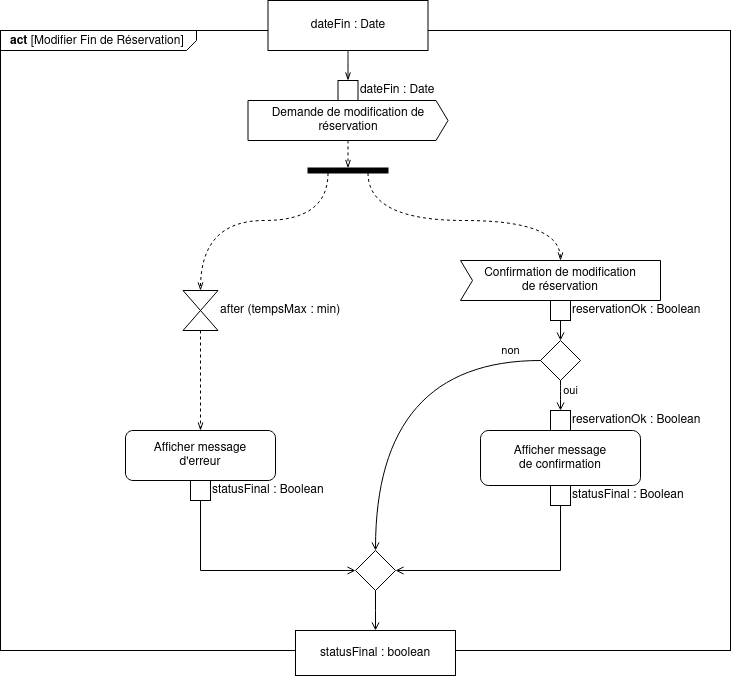
Earlier version of the draw.io export diagrammes/act_ModifierFinReservation.png (Dalker/ISI-mobility). Source tidied: cells renumbered, new cells last; positions are measured from the earlier drawing's top-left corner, leaving out a move shared by most shapes.
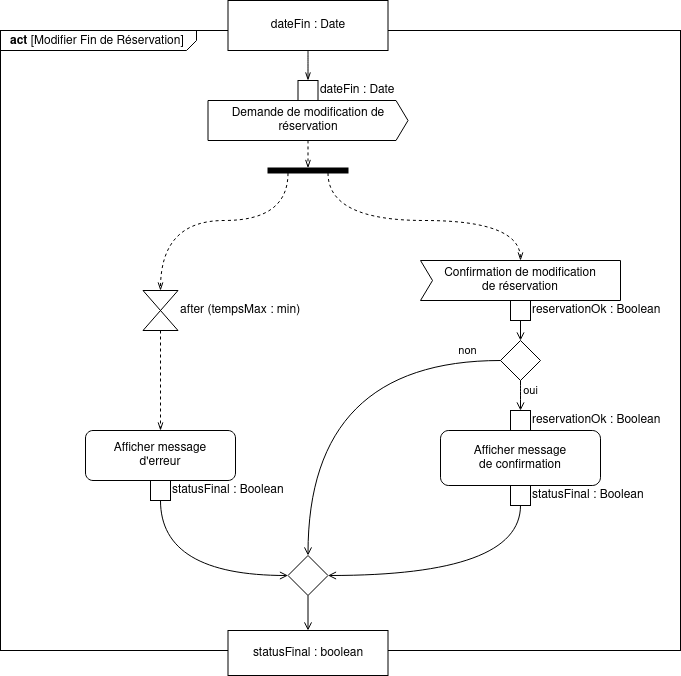
Later version of the same file.

The edit, as a diff of the source:
```diff
@@ -3,7 +3,7 @@
     <mxCell id="0" />
     <mxCell id="1" parent="0" />
     <mxCell id="2" value="&lt;p style=&quot;margin: 0px ; margin-top: 4px ; margin-left: 10px ; text-align: left&quot;&gt;&lt;b&gt;act&lt;/b&gt;   [Modifier Fin de Réservation]&lt;/p&gt;" style="html=1;shape=mxgraph.sysml.package;align=left;spacingLeft=5;verticalAlign=top;spacingTop=-3;labelX=196;html=1;overflow=fill;" parent="1" vertex="1">
-      <mxGeometry y="30" width="730" height="620" as="geometry" />
+      <mxGeometry x="40" y="30" width="680" height="620" as="geometry" />
     </mxCell>
     <mxCell id="3" style="edgeStyle=orthogonalEdgeStyle;rounded=0;jettySize=auto;html=1;exitX=1;exitY=0.75;exitDx=0;exitDy=0;endArrow=openThin;endFill=0;dashed=1;curved=1;entryX=0.5;entryY=0;entryDx=0;entryDy=0;entryPerimeter=0;" parent="1" edge="1" source="17" target="5">
       <mxGeometry relative="1" as="geometry">
@@ -29,28 +29,16 @@
       <mxGeometry x="460" y="260" width="200" height="40" as="geometry" />
     </mxCell>
     <mxCell id="9" style="shape=rhombus;html=1;verticalLabelPosition=top;verticalAlignment=bottom;" parent="1" vertex="1">
-      <mxGeometry x="355" y="550" width="40" height="40" as="geometry" />
+      <mxGeometry x="327.5" y="555" width="40" height="40" as="geometry" />
     </mxCell>
-    <mxCell id="10" style="edgeStyle=elbowEdgeStyle;html=1;elbow=horizontal;align=right;verticalAlign=bottom;rounded=0;labelBackgroundColor=none;endArrow=open;endSize=6;entryX=0.5;entryY=0;entryDx=0;entryDy=0;exitX=0.5;exitY=1;exitDx=0;exitDy=0;" parent="1" edge="1" source="9" target="19">
+    <mxCell id="10" style="html=1;elbow=horizontal;align=right;verticalAlign=bottom;rounded=0;labelBackgroundColor=none;endArrow=open;endSize=6;entryX=0.5;entryY=0;entryDx=0;entryDy=0;exitX=0.5;exitY=1;exitDx=0;exitDy=0;" parent="1" edge="1" source="9" target="19">
       <mxGeometry relative="1" as="geometry" />
     </mxCell>
-    <mxCell id="11" style="edgeStyle=elbowEdgeStyle;html=1;elbow=vertical;verticalAlign=bottom;startArrow=open;endArrow=none;rounded=0;labelBackgroundColor=none;startSize=6;entryX=0.5;entryY=1;entryDx=0;entryDy=0;" parent="1" edge="1" source="9" target="22">
-      <mxGeometry relative="1" as="geometry">
-        <Array as="points">
-          <mxPoint x="500" y="570" />
-          <mxPoint x="570" y="470" />
-          <mxPoint x="390" y="430" />
-        </Array>
-      </mxGeometry>
+    <mxCell id="11" style="edgeStyle=orthogonalEdgeStyle;html=1;elbow=vertical;verticalAlign=bottom;startArrow=open;endArrow=none;rounded=0;labelBackgroundColor=none;startSize=6;entryX=0.5;entryY=1;entryDx=0;entryDy=0;curved=1;" parent="1" edge="1" source="9" target="22">
+      <mxGeometry relative="1" as="geometry" />
     </mxCell>
-    <mxCell id="12" style="edgeStyle=elbowEdgeStyle;html=1;elbow=vertical;verticalAlign=bottom;startArrow=open;endArrow=none;rounded=0;labelBackgroundColor=none;startSize=6;exitX=0;exitY=0.5;exitDx=0;exitDy=0;entryX=0.5;entryY=1;entryDx=0;entryDy=0;" parent="1" edge="1" source="9" target="26">
-      <mxGeometry relative="1" as="geometry">
-        <Array as="points">
-          <mxPoint x="220" y="570" />
-          <mxPoint x="200" y="470" />
-          <mxPoint x="280" y="430" />
-        </Array>
-      </mxGeometry>
+    <mxCell id="12" style="edgeStyle=orthogonalEdgeStyle;html=1;elbow=vertical;verticalAlign=bottom;startArrow=open;endArrow=none;rounded=0;labelBackgroundColor=none;startSize=6;exitX=0;exitY=0.5;exitDx=0;exitDy=0;entryX=0.5;entryY=1;entryDx=0;entryDy=0;curved=1;" parent="1" edge="1" source="9" target="26">
+      <mxGeometry relative="1" as="geometry" />
     </mxCell>
     <mxCell id="13" style="group;" parent="1" vertex="1">
       <mxGeometry x="247.5" y="80" width="200" height="60" as="geometry" />
@@ -76,7 +64,7 @@
       <mxGeometry relative="1" as="geometry" />
     </mxCell>
     <mxCell id="19" value="statusFinal : boolean" style="shape=rect;html=1;whiteSpace=wrap;align=center;strokeWidth=1;" parent="1" vertex="1">
-      <mxGeometry x="295" y="630" width="160" height="45" as="geometry" />
+      <mxGeometry x="267.5" y="630" width="160" height="45" as="geometry" />
     </mxCell>
     <mxCell id="20" style="group;" parent="1" vertex="1">
       <mxGeometry x="480" y="430" width="160" height="75" as="geometry" />
```
